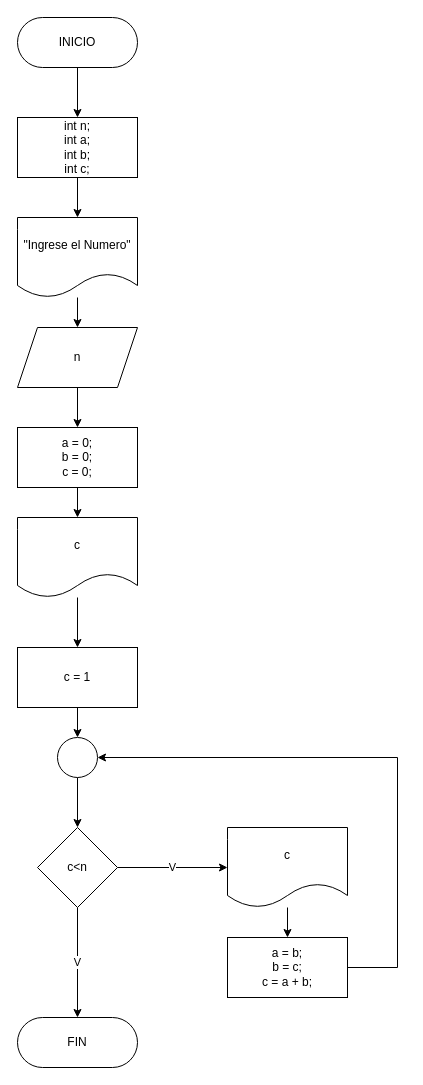
This is Trabajo Práctico Número 1 - Algoritmos y DF/Diagramas/Ejercicio 08.drawio from Fran2109/Algoritmos_y_Estructuras_de_Datos, a draw.io file, before an edit. Source tidied: cells renumbered, new cells numbered last; positions are measured from the earlier drawing's top-left corner, leaving out a move shared by most shapes. Both pictures are drawn from the tidied source at 100%, with x=0, y=0 at pixel (17, 17).
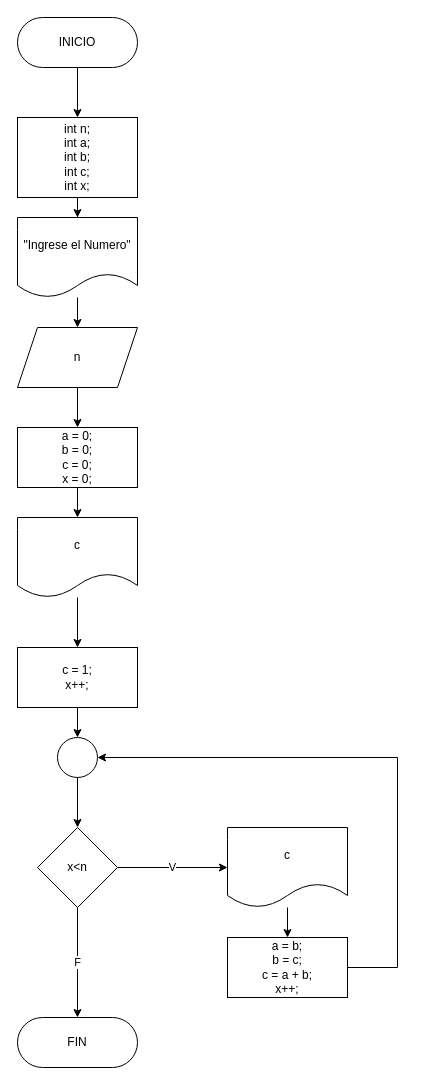
The same page after the edit.

Unchanged cells that the change refers to:
```xml
<mxCell id="25" value="FIN" style="rounded=1;whiteSpace=wrap;html=1;arcSize=50;" parent="1" vertex="1">
  <mxGeometry y="1000" width="120" height="50" as="geometry" />
</mxCell>
```

Diff of the diagram source:
```diff
@@
-    <mxCell id="7" value="int n;&lt;br&gt;int a;&lt;br&gt;int b;&lt;br&gt;int c;" style="rounded=0;whiteSpace=wrap;html=1;" parent="1" vertex="1">
-      <mxGeometry y="100" width="120" height="60" as="geometry" />
+    <mxCell id="7" value="int n;&lt;br&gt;int a;&lt;br&gt;int b;&lt;br&gt;int c;&lt;br&gt;int x;" style="rounded=0;whiteSpace=wrap;html=1;" parent="1" vertex="1">
+      <mxGeometry y="100" width="120" height="80" as="geometry" />
     </mxCell>
@@
-    <mxCell id="11" value="a = 0;&lt;br&gt;b = 0;&lt;br&gt;c = 0;" style="rounded=0;whiteSpace=wrap;html=1;" parent="1" vertex="1">
+    <mxCell id="11" value="a = 0;&lt;br&gt;b = 0;&lt;br&gt;c = 0;&lt;br&gt;x = 0;" style="rounded=0;whiteSpace=wrap;html=1;" parent="1" vertex="1">
       <mxGeometry y="410" width="120" height="60" as="geometry" />
     </mxCell>
@@
-    <mxCell id="15" value="V" style="edgeStyle=orthogonalEdgeStyle;rounded=0;jettySize=auto;html=1;entryX=0.5;entryY=0;entryDx=0;entryDy=0;" parent="1" edge="1" source="16" target="25">
+    <mxCell id="15" value="F" style="edgeStyle=orthogonalEdgeStyle;rounded=0;jettySize=auto;html=1;entryX=0.5;entryY=0;entryDx=0;entryDy=0;" parent="1" edge="1" source="16" target="25">
       <mxGeometry relative="1" as="geometry" />
     </mxCell>
-    <mxCell id="16" value="c&amp;lt;n" style="rhombus;whiteSpace=wrap;html=1;" parent="1" vertex="1">
+    <mxCell id="16" value="x&amp;lt;n" style="rhombus;whiteSpace=wrap;html=1;" parent="1" vertex="1">
       <mxGeometry x="20" y="810" width="80" height="80" as="geometry" />
     </mxCell>
@@
-    <mxCell id="18" value="a = b;&lt;br&gt;b = c;&lt;br&gt;c = a + b;" style="rounded=0;whiteSpace=wrap;html=1;" parent="1" vertex="1">
+    <mxCell id="18" value="a = b;&lt;br&gt;b = c;&lt;br&gt;c = a + b;&lt;br&gt;x++;" style="rounded=0;whiteSpace=wrap;html=1;" parent="1" vertex="1">
       <mxGeometry x="210" y="920" width="120" height="60" as="geometry" />
     </mxCell>
@@
-    <mxCell id="20" value="c = 1" style="rounded=0;whiteSpace=wrap;html=1;" parent="1" vertex="1">
+    <mxCell id="20" value="c = 1;&lt;br&gt;x++;" style="rounded=0;whiteSpace=wrap;html=1;" parent="1" vertex="1">
       <mxGeometry y="630" width="120" height="60" as="geometry" />
     </mxCell>
```
